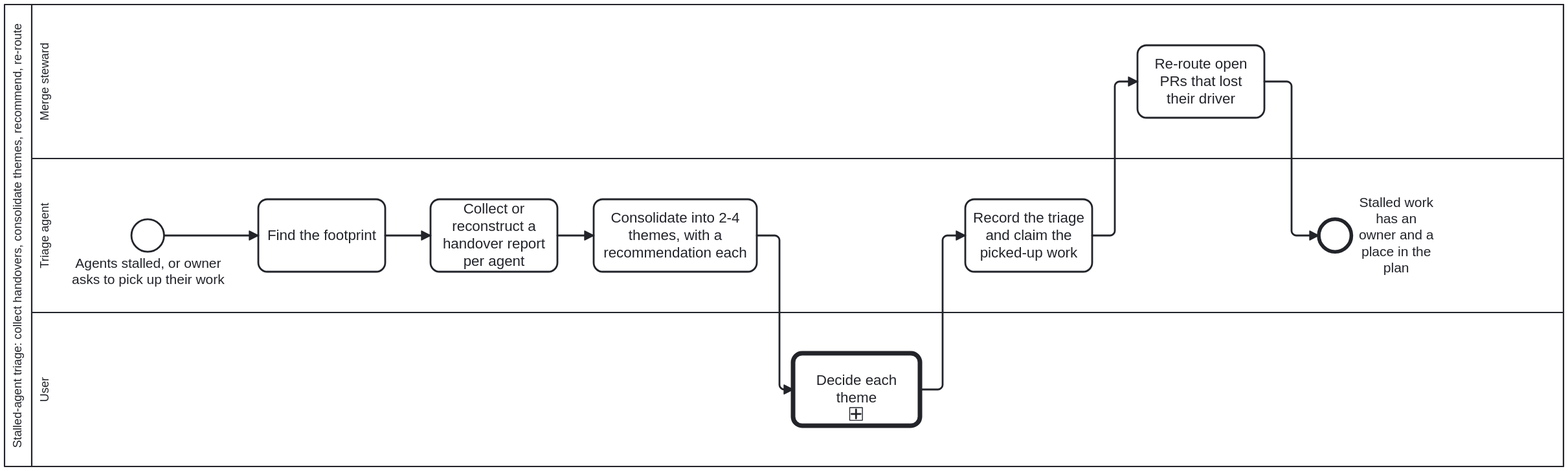
Earlier version of the BPMN export docs/assets/img/workflows/stalled-agent-triage.svg (litlfred/cat-harness). Its source is kept beside it as processes/sdlc/stalled-agent-triage.bpmn. Ids are renumbered. Source of this version:
```xml
<bpmn:definitions xmlns:bpmn="http://www.omg.org/spec/BPMN/20100524/MODEL"
                  xmlns:bpmndi="http://www.omg.org/spec/BPMN/20100524/DI"
                  xmlns:dc="http://www.omg.org/spec/DD/20100524/DC"
                  xmlns:di="http://www.omg.org/spec/DD/20100524/DI"
                  xmlns:bootstrap.processes="https://litlfred.github.io/bootstrap/v0/processes/ns#"
                  xmlns:cat-harness.processes="https://litlfred.github.io/cat-harness/v0/processes/ns#"
                  id="Definitions_Process_StalledAgentTriage" targetNamespace="https://litlfred.github.io/folio-assistant/workflows"
                  exporter="folio-assistant" exporterVersion="1">
  <bpmn:import namespace="https://litlfred.github.io/bootstrap/v0/processes/ns#" location="https://litlfred.github.io/bootstrap/v0/processes/ns.jsonld" importType="http://www.w3.org/ns/json-ld"/>
  <bpmn:resource id="authoring-agent" name="Authoring agent"/>
  <bpmn:resource id="session-coordinator" name="Session coordinator"/>
  <bpmn:resource id="user" name="User"/>
  <bpmn:collaboration id="Collaboration_Process_StalledAgentTriage">
    <bpmn:participant id="Participant_Process_StalledAgentTriage" name="Stalled-agent triage: collect handovers, consolidate themes, recommend, re-route" processRef="Process_StalledAgentTriage"/>
  </bpmn:collaboration>
  <bpmn:process id="Process_StalledAgentTriage" name="Stalled-agent triage: collect handovers, consolidate themes, recommend, re-route" isExecutable="false">
    <bpmn:documentation>When agents stall (context exhausted, container lost, session timed out) their work is spread over PRs, branches, beans and process runs. Collect each agent's handover report, or reconstruct one, group the work into 2-4 themes, recommend how to pick each up, let the user decide, then record it and re-route open PRs through the merge steward. Owner, 2026-10-02: 'an incoming stalled agent triage process which needs to look at stalled agents (named or over a given time window from active PRs, branches, discussions, beans etc), try to get as many handover reports as possible, if many then consolidate the various workstreams into 2-4 themes, give recommendation on how to pick up the work as part of current/new workplan; if open PRs etc, coordinate with relevant agents (e.g. the Merge Manager)'. Operating skills: stalled-agent-triage, handover-report.</bpmn:documentation>
    <bpmn:extensionElements>
      <cat-harness.processes:policy enforcement="strict"/>
    </bpmn:extensionElements>
    <bpmn:laneSet id="LaneSet_Process_StalledAgentTriage">
      <bpmn:lane id="Lane_Triage" name="Triage agent" partitionElementRef="authoring-agent">
        <bpmn:documentation>Reads the footprint the stalled agents left, collects or reconstructs a handover report per agent, groups the work into 2-4 themes, and recommends. It never finishes, closes or deletes another agent's work.</bpmn:documentation>
        <bpmn:flowNodeRef>Start_SAT</bpmn:flowNodeRef>
        <bpmn:flowNodeRef>A_Footprint</bpmn:flowNodeRef>
        <bpmn:flowNodeRef>A_Collect</bpmn:flowNodeRef>
        <bpmn:flowNodeRef>A_Consolidate</bpmn:flowNodeRef>
        <bpmn:flowNodeRef>A_Record</bpmn:flowNodeRef>
        <bpmn:flowNodeRef>End_SAT</bpmn:flowNodeRef>
      </bpmn:lane>
      <bpmn:lane id="Lane_Steward" name="Merge steward" partitionElementRef="session-coordinator">
        <bpmn:documentation>Receives the open PRs that lost their driver: which are green and ready, which are mid-merge, which must be re-driven from their PR head.</bpmn:documentation>
        <bpmn:flowNodeRef>S_Reroute</bpmn:flowNodeRef>
      </bpmn:lane>
      <bpmn:lane id="Lane_User" name="User" partitionElementRef="user">
        <bpmn:documentation>Decides one theme at a time: continue, fold into the plan, new epic, park, or scrap.</bpmn:documentation>
        <bpmn:flowNodeRef>U_Decide</bpmn:flowNodeRef>
      </bpmn:lane>
    </bpmn:laneSet>
    <bpmn:startEvent id="Start_SAT" name="Agents stalled, or owner asks to pick up their work"/>
    <bpmn:task id="A_Footprint" name="Find the footprint">
      <bpmn:documentation>handover notes (beans/notes, title 'handover:'), open PRs and branches by session or time window, in-progress beans, workflow instances, last PR and issue comments. REST, one batched pass.</bpmn:documentation>
      <bpmn:extensionElements><bootstrap.processes:skill ref="stalled-agent-triage"/></bpmn:extensionElements>
    </bpmn:task>
    <bpmn:task id="A_Collect" name="Collect or reconstruct a handover report per agent">
      <bpmn:documentation>Use the agent's own report and check it against live state; if none, ask the agent if it is still reachable, else reconstruct with the handover-report template and mark it reconstructed. Unpushed state is unknown, never empty.</bpmn:documentation>
      <bpmn:extensionElements><bootstrap.processes:skill ref="handover-report"/></bpmn:extensionElements>
    </bpmn:task>
    <bpmn:task id="A_Consolidate" name="Consolidate into 2-4 themes, with a recommendation each">
      <bpmn:documentation>Group by what the work delivers, not by agent. Each theme gets its epic, members, dependencies, risk, and one of: continue, fold in, new epic, park, scrap (owner only).</bpmn:documentation>
      <bpmn:extensionElements><bootstrap.processes:skill ref="stalled-agent-triage"/></bpmn:extensionElements>
    </bpmn:task>
    <bpmn:callActivity id="U_Decide" calledElement="Process_AskThePerson" name="Decide each theme">
      <bpmn:extensionElements><cat-harness.processes:no-skill reason="The user's decision. The triage agent presents each theme with context, options and a recommendation, one decision in full and a count of the rest."/></bpmn:extensionElements>
    </bpmn:callActivity>
    <bpmn:task id="A_Record" name="Record the triage and claim the picked-up work">
      <bpmn:documentation>A 'triage: &lt;date&gt;' bean note on each theme's epic; new or re-parented beans; claims via beans:claim. Owning sessions still alive are notified before their branches are touched.</bpmn:documentation>
      <bpmn:extensionElements><bootstrap.processes:skill ref="bean-coordination"/></bpmn:extensionElements>
    </bpmn:task>
    <bpmn:task id="S_Reroute" name="Re-route open PRs that lost their driver">
      <bpmn:documentation>Green, up-to-date PRs join the queue; mid-merge branches are re-driven from the PR head, never guessed at; red PRs go back to the new driver.</bpmn:documentation>
      <bpmn:extensionElements><bootstrap.processes:skill ref="coordinate"/></bpmn:extensionElements>
    </bpmn:task>
    <bpmn:endEvent id="End_SAT" name="Stalled work has an owner and a place in the plan"/>
    <bpmn:sequenceFlow id="SF_Process_StalledAgentTriage_1" sourceRef="Start_SAT" targetRef="A_Footprint"/>
    <bpmn:sequenceFlow id="SF_Process_StalledAgentTriage_2" sourceRef="A_Footprint" targetRef="A_Collect"/>
    <bpmn:sequenceFlow id="SF_Process_StalledAgentTriage_3" sourceRef="A_Collect" targetRef="A_Consolidate"/>
    <bpmn:sequenceFlow id="SF_Process_StalledAgentTriage_4" sourceRef="A_Consolidate" targetRef="U_Decide"/>
    <bpmn:sequenceFlow id="SF_Process_StalledAgentTriage_5" sourceRef="U_Decide" targetRef="A_Record"/>
    <bpmn:sequenceFlow id="SF_Process_StalledAgentTriage_6" sourceRef="A_Record" targetRef="S_Reroute"/>
    <bpmn:sequenceFlow id="SF_Process_StalledAgentTriage_7" sourceRef="S_Reroute" targetRef="End_SAT"/>
  </bpmn:process>
  <bpmndi:BPMNDiagram id="Diagram_Process_StalledAgentTriage">
    <bpmndi:BPMNPlane id="Plane_Process_StalledAgentTriage" bpmnElement="Collaboration_Process_StalledAgentTriage">
      <bpmndi:BPMNShape id="Shape_Participant_Process_StalledAgentTriage" bpmnElement="Participant_Process_StalledAgentTriage" isHorizontal="true">
        <dc:Bounds x="160" y="80" width="1720" height="510" />
      </bpmndi:BPMNShape>
      <bpmndi:BPMNShape id="Shape_Lane_Triage" bpmnElement="Lane_Triage" isHorizontal="true">
        <dc:Bounds x="190" y="250" width="1690" height="170" />
      </bpmndi:BPMNShape>
      <bpmndi:BPMNShape id="Shape_Lane_Steward" bpmnElement="Lane_Steward" isHorizontal="true">
        <dc:Bounds x="190" y="80" width="1690" height="170" />
      </bpmndi:BPMNShape>
      <bpmndi:BPMNShape id="Shape_Lane_User" bpmnElement="Lane_User" isHorizontal="true">
        <dc:Bounds x="190" y="420" width="1690" height="170" />
      </bpmndi:BPMNShape>
      <bpmndi:BPMNShape id="Shape_Start_SAT" bpmnElement="Start_SAT">
        <dc:Bounds x="300" y="317" width="36" height="36" />
        <bpmndi:BPMNLabel><dc:Bounds x="228" y="357" width="180" height="54" /></bpmndi:BPMNLabel>
      </bpmndi:BPMNShape>
      <bpmndi:BPMNShape id="Shape_A_Footprint" bpmnElement="A_Footprint">
        <dc:Bounds x="440" y="295" width="140" height="80" />
      </bpmndi:BPMNShape>
      <bpmndi:BPMNShape id="Shape_A_Collect" bpmnElement="A_Collect">
        <dc:Bounds x="630" y="295" width="140" height="80" />
      </bpmndi:BPMNShape>
      <bpmndi:BPMNShape id="Shape_A_Consolidate" bpmnElement="A_Consolidate">
        <dc:Bounds x="810" y="295" width="180" height="80" />
      </bpmndi:BPMNShape>
      <bpmndi:BPMNShape id="Shape_U_Decide" bpmnElement="U_Decide">
        <dc:Bounds x="1030" y="465" width="140" height="80" />
      </bpmndi:BPMNShape>
      <bpmndi:BPMNShape id="Shape_A_Record" bpmnElement="A_Record">
        <dc:Bounds x="1220" y="295" width="140" height="80" />
      </bpmndi:BPMNShape>
      <bpmndi:BPMNShape id="Shape_S_Reroute" bpmnElement="S_Reroute">
        <dc:Bounds x="1410" y="125" width="140" height="80" />
      </bpmndi:BPMNShape>
      <bpmndi:BPMNShape id="Shape_End_SAT" bpmnElement="End_SAT">
        <dc:Bounds x="1610" y="317" width="36" height="36" />
        <bpmndi:BPMNLabel><dc:Bounds x="1650" y="290" width="90" height="90" /></bpmndi:BPMNLabel>
      </bpmndi:BPMNShape>
      <bpmndi:BPMNEdge id="Edge_SF_Process_StalledAgentTriage_1" bpmnElement="SF_Process_StalledAgentTriage_1">
        <di:waypoint x="336" y="335" />
        <di:waypoint x="440" y="335" />
      </bpmndi:BPMNEdge>
      <bpmndi:BPMNEdge id="Edge_SF_Process_StalledAgentTriage_2" bpmnElement="SF_Process_StalledAgentTriage_2">
        <di:waypoint x="580" y="335" />
        <di:waypoint x="630" y="335" />
      </bpmndi:BPMNEdge>
      <bpmndi:BPMNEdge id="Edge_SF_Process_StalledAgentTriage_3" bpmnElement="SF_Process_StalledAgentTriage_3">
        <di:waypoint x="770" y="335" />
        <di:waypoint x="810" y="335" />
      </bpmndi:BPMNEdge>
      <bpmndi:BPMNEdge id="Edge_SF_Process_StalledAgentTriage_4" bpmnElement="SF_Process_StalledAgentTriage_4">
        <di:waypoint x="990" y="335" />
        <di:waypoint x="1015" y="335" />
        <di:waypoint x="1015" y="505" />
        <di:waypoint x="1030" y="505" />
      </bpmndi:BPMNEdge>
      <bpmndi:BPMNEdge id="Edge_SF_Process_StalledAgentTriage_5" bpmnElement="SF_Process_StalledAgentTriage_5">
        <di:waypoint x="1170" y="505" />
        <di:waypoint x="1195" y="505" />
        <di:waypoint x="1195" y="335" />
        <di:waypoint x="1220" y="335" />
      </bpmndi:BPMNEdge>
      <bpmndi:BPMNEdge id="Edge_SF_Process_StalledAgentTriage_6" bpmnElement="SF_Process_StalledAgentTriage_6">
        <di:waypoint x="1360" y="335" />
        <di:waypoint x="1385" y="335" />
        <di:waypoint x="1385" y="165" />
        <di:waypoint x="1410" y="165" />
      </bpmndi:BPMNEdge>
      <bpmndi:BPMNEdge id="Edge_SF_Process_StalledAgentTriage_7" bpmnElement="SF_Process_StalledAgentTriage_7">
        <di:waypoint x="1550" y="165" />
        <di:waypoint x="1580" y="165" />
        <di:waypoint x="1580" y="335" />
        <di:waypoint x="1610" y="335" />
      </bpmndi:BPMNEdge>
    </bpmndi:BPMNPlane>
  </bpmndi:BPMNDiagram>
</bpmn:definitions>
```
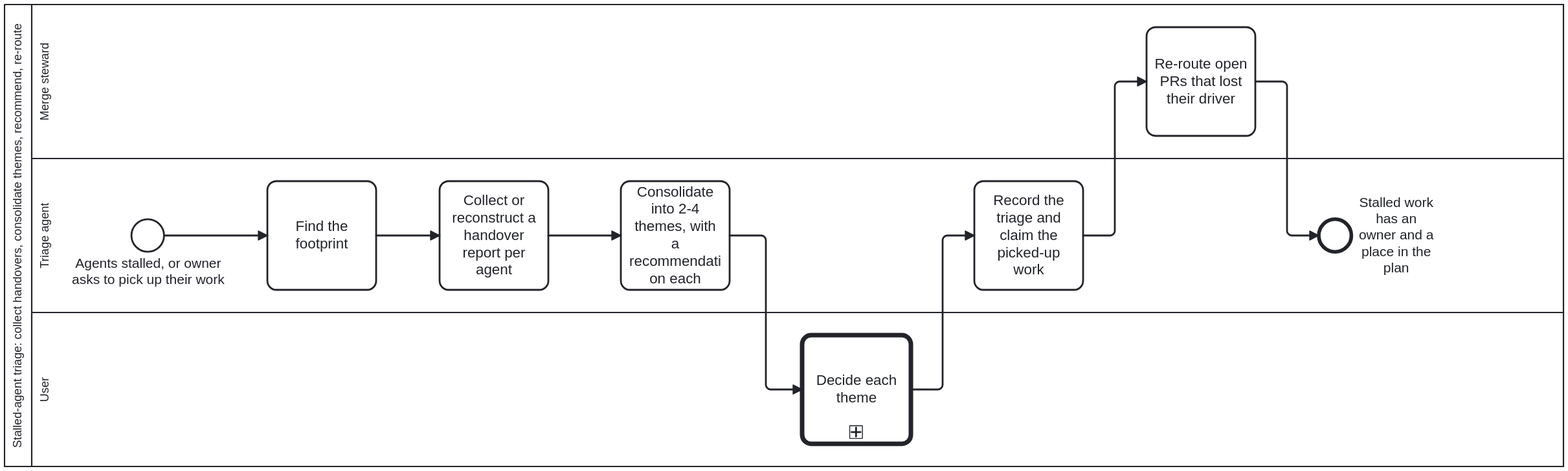
After the change.

What changed in the source:
```diff
@@ -86,64 +86,64 @@
       </bpmndi:BPMNShape>
       <bpmndi:BPMNShape id="Shape_Start_SAT" bpmnElement="Start_SAT">
         <dc:Bounds x="300" y="317" width="36" height="36" />
-        <bpmndi:BPMNLabel><dc:Bounds x="228" y="357" width="180" height="54" /></bpmndi:BPMNLabel>
-      </bpmndi:BPMNShape>
+
+      <bpmndi:BPMNLabel><dc:Bounds x="228" y="357" width="180" height="54" /></bpmndi:BPMNLabel></bpmndi:BPMNShape>
       <bpmndi:BPMNShape id="Shape_A_Footprint" bpmnElement="A_Footprint">
-        <dc:Bounds x="440" y="295" width="140" height="80" />
+        <dc:Bounds x="450" y="275" width="120" height="120" />
       </bpmndi:BPMNShape>
       <bpmndi:BPMNShape id="Shape_A_Collect" bpmnElement="A_Collect">
-        <dc:Bounds x="630" y="295" width="140" height="80" />
+        <dc:Bounds x="640" y="275" width="120" height="120" />
       </bpmndi:BPMNShape>
       <bpmndi:BPMNShape id="Shape_A_Consolidate" bpmnElement="A_Consolidate">
-        <dc:Bounds x="810" y="295" width="180" height="80" />
+        <dc:Bounds x="840" y="275" width="120" height="120" />
       </bpmndi:BPMNShape>
       <bpmndi:BPMNShape id="Shape_U_Decide" bpmnElement="U_Decide">
-        <dc:Bounds x="1030" y="465" width="140" height="80" />
+        <dc:Bounds x="1040" y="445" width="120" height="120" />
       </bpmndi:BPMNShape>
       <bpmndi:BPMNShape id="Shape_A_Record" bpmnElement="A_Record">
-        <dc:Bounds x="1220" y="295" width="140" height="80" />
+        <dc:Bounds x="1230" y="275" width="120" height="120" />
       </bpmndi:BPMNShape>
       <bpmndi:BPMNShape id="Shape_S_Reroute" bpmnElement="S_Reroute">
-        <dc:Bounds x="1410" y="125" width="140" height="80" />
+        <dc:Bounds x="1420" y="105" width="120" height="120" />
       </bpmndi:BPMNShape>
       <bpmndi:BPMNShape id="Shape_End_SAT" bpmnElement="End_SAT">
         <dc:Bounds x="1610" y="317" width="36" height="36" />
-        <bpmndi:BPMNLabel><dc:Bounds x="1650" y="290" width="90" height="90" /></bpmndi:BPMNLabel>
-      </bpmndi:BPMNShape>
+
+      <bpmndi:BPMNLabel><dc:Bounds x="1650" y="290" width="90" height="90" /></bpmndi:BPMNLabel></bpmndi:BPMNShape>
       <bpmndi:BPMNEdge id="Edge_SF_Process_StalledAgentTriage_1" bpmnElement="SF_Process_StalledAgentTriage_1">
         <di:waypoint x="336" y="335" />
-        <di:waypoint x="440" y="335" />
+        <di:waypoint x="450" y="335" />
       </bpmndi:BPMNEdge>
       <bpmndi:BPMNEdge id="Edge_SF_Process_StalledAgentTriage_2" bpmnElement="SF_Process_StalledAgentTriage_2">
-        <di:waypoint x="580" y="335" />
-        <di:waypoint x="630" y="335" />
+        <di:waypoint x="570" y="335" />
+        <di:waypoint x="640" y="335" />
       </bpmndi:BPMNEdge>
       <bpmndi:BPMNEdge id="Edge_SF_Process_StalledAgentTriage_3" bpmnElement="SF_Process_StalledAgentTriage_3">
-        <di:waypoint x="770" y="335" />
-        <di:waypoint x="810" y="335" />
+        <di:waypoint x="760" y="335" />
+        <di:waypoint x="840" y="335" />
       </bpmndi:BPMNEdge>
       <bpmndi:BPMNEdge id="Edge_SF_Process_StalledAgentTriage_4" bpmnElement="SF_Process_StalledAgentTriage_4">
-        <di:waypoint x="990" y="335" />
-        <di:waypoint x="1015" y="335" />
-        <di:waypoint x="1015" y="505" />
-        <di:waypoint x="1030" y="505" />
+        <di:waypoint x="960" y="335" />
+        <di:waypoint x="1000" y="335" />
+        <di:waypoint x="1000" y="505" />
+        <di:waypoint x="1040" y="505" />
       </bpmndi:BPMNEdge>
       <bpmndi:BPMNEdge id="Edge_SF_Process_StalledAgentTriage_5" bpmnElement="SF_Process_StalledAgentTriage_5">
-        <di:waypoint x="1170" y="505" />
+        <di:waypoint x="1160" y="505" />
         <di:waypoint x="1195" y="505" />
         <di:waypoint x="1195" y="335" />
-        <di:waypoint x="1220" y="335" />
+        <di:waypoint x="1230" y="335" />
       </bpmndi:BPMNEdge>
       <bpmndi:BPMNEdge id="Edge_SF_Process_StalledAgentTriage_6" bpmnElement="SF_Process_StalledAgentTriage_6">
-        <di:waypoint x="1360" y="335" />
+        <di:waypoint x="1350" y="335" />
         <di:waypoint x="1385" y="335" />
         <di:waypoint x="1385" y="165" />
-        <di:waypoint x="1410" y="165" />
+        <di:waypoint x="1420" y="165" />
       </bpmndi:BPMNEdge>
       <bpmndi:BPMNEdge id="Edge_SF_Process_StalledAgentTriage_7" bpmnElement="SF_Process_StalledAgentTriage_7">
-        <di:waypoint x="1550" y="165" />
-        <di:waypoint x="1580" y="165" />
-        <di:waypoint x="1580" y="335" />
+        <di:waypoint x="1540" y="165" />
+        <di:waypoint x="1575" y="165" />
+        <di:waypoint x="1575" y="335" />
         <di:waypoint x="1610" y="335" />
       </bpmndi:BPMNEdge>
     </bpmndi:BPMNPlane>
```
